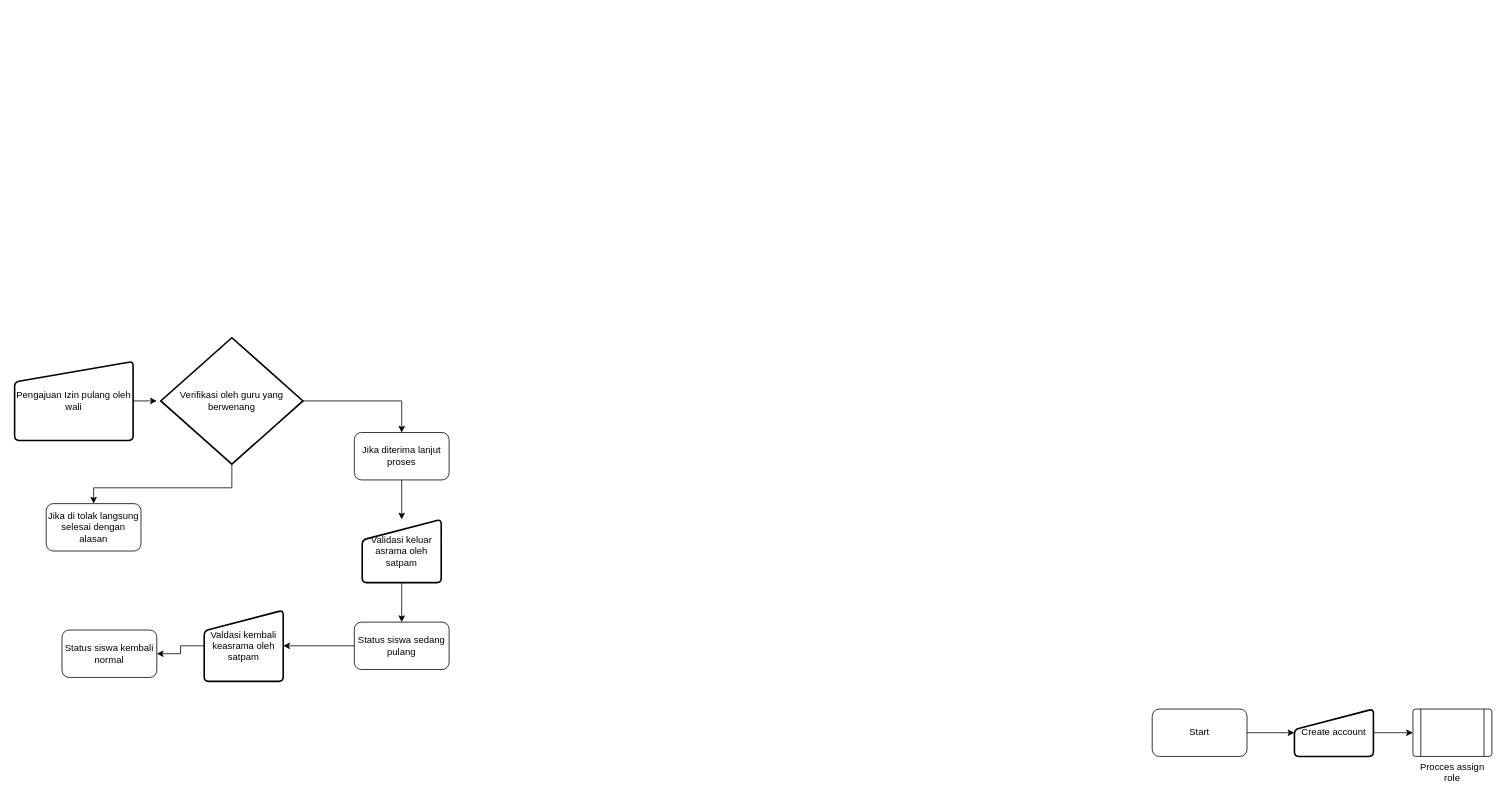
Before: flow/Userflow App perijinan.drawio in Lin1er/perijinan, a draw.io diagram. Source tidied: cells renumbered, new cells numbered last; positions are measured from the earlier drawing's top-left corner, leaving out a move shared by most shapes. Both pictures are drawn from the tidied source at 79%, with x=0, y=0 at pixel (14, 337).
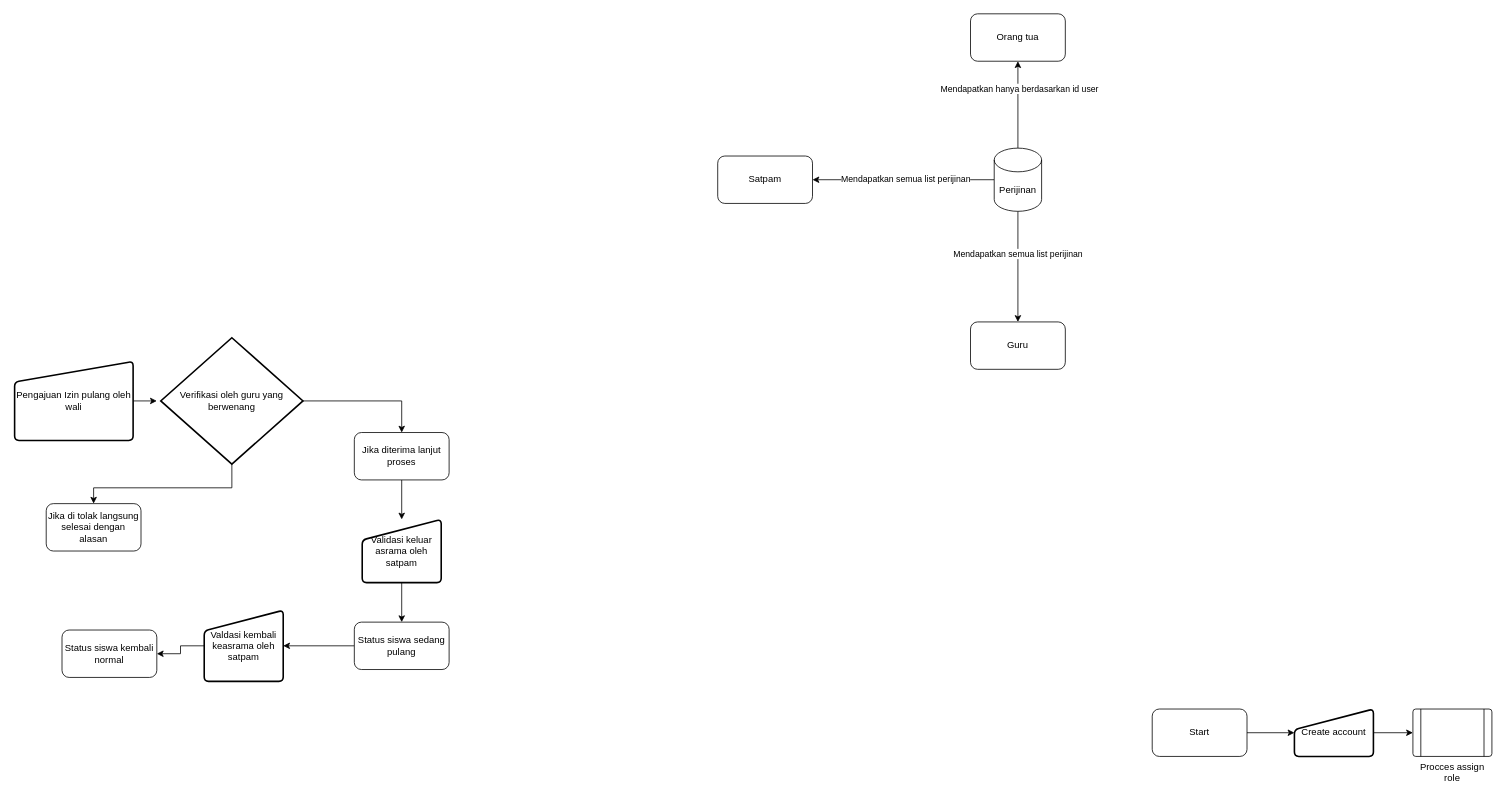
The same diagram, later.

The edit, as a diff of the source:
```diff
@@
+    <mxCell id="22" style="edgeStyle=orthogonalEdgeStyle;rounded=0;jettySize=auto;html=1;" parent="1" edge="1" source="28" target="30">
+      <mxGeometry relative="1" as="geometry" />
+    </mxCell>
+    <mxCell id="23" value="Mendapatkan semua list perijinan" style="edgeLabel;html=1;align=center;verticalAlign=middle;" parent="22" vertex="1">
+      <mxGeometry x="-0.02" y="-1" relative="1" as="geometry" />
+    </mxCell>
+    <mxCell id="24" style="edgeStyle=orthogonalEdgeStyle;rounded=0;jettySize=auto;html=1;" parent="1" edge="1" source="28" target="31">
+      <mxGeometry relative="1" as="geometry" />
+    </mxCell>
+    <mxCell id="25" value="Mendapatkan semua list perijinan" style="edgeLabel;html=1;align=center;verticalAlign=middle;" parent="24" vertex="1">
+      <mxGeometry x="-0.24" y="-1" relative="1" as="geometry" />
+    </mxCell>
+    <mxCell id="26" style="edgeStyle=orthogonalEdgeStyle;rounded=0;jettySize=auto;html=1;" parent="1" edge="1" source="28" target="29">
+      <mxGeometry relative="1" as="geometry" />
+    </mxCell>
+    <mxCell id="27" value="Mendapatkan hanya berdasarkan id user" style="edgeLabel;html=1;align=center;verticalAlign=middle;" parent="26" vertex="1">
+      <mxGeometry x="0.39" y="-1" relative="1" as="geometry" />
+    </mxCell>
+    <mxCell id="28" value="Perijinan" style="shape=cylinder3;whiteSpace=wrap;html=1;boundedLbl=1;backgroundOutline=1;size=15;" parent="1" vertex="1">
+      <mxGeometry x="1240" y="-240" width="60" height="80" as="geometry" />
+    </mxCell>
+    <mxCell id="29" value="Orang tua" style="rounded=1;whiteSpace=wrap;html=1;" parent="1" vertex="1">
+      <mxGeometry x="1210" y="-410" width="120" height="60" as="geometry" />
+    </mxCell>
+    <mxCell id="30" value="Satpam" style="rounded=1;whiteSpace=wrap;html=1;" parent="1" vertex="1">
+      <mxGeometry x="890" y="-230" width="120" height="60" as="geometry" />
+    </mxCell>
+    <mxCell id="31" value="Guru" style="rounded=1;whiteSpace=wrap;html=1;" parent="1" vertex="1">
+      <mxGeometry x="1210" y="-20" width="120" height="60" as="geometry" />
+    </mxCell>
```
